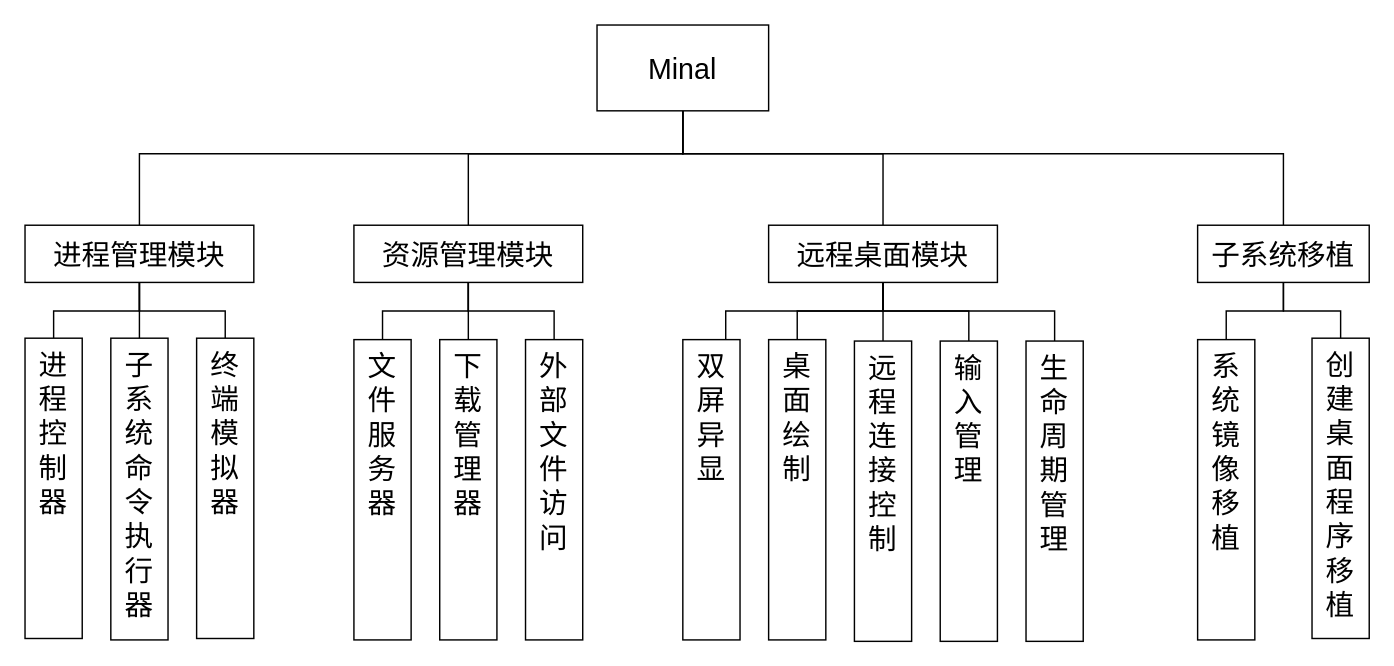
This is uml/Modules.drawio from TobiasYin/ansuld, a draw.io file, before an edit. Source tidied: cells renumbered, new cells numbered last; positions are measured from the earlier drawing's top-left corner, leaving out a move shared by most shapes. Both pictures are drawn from the tidied source at 143%, with x=0, y=0 at pixel (24, 24).
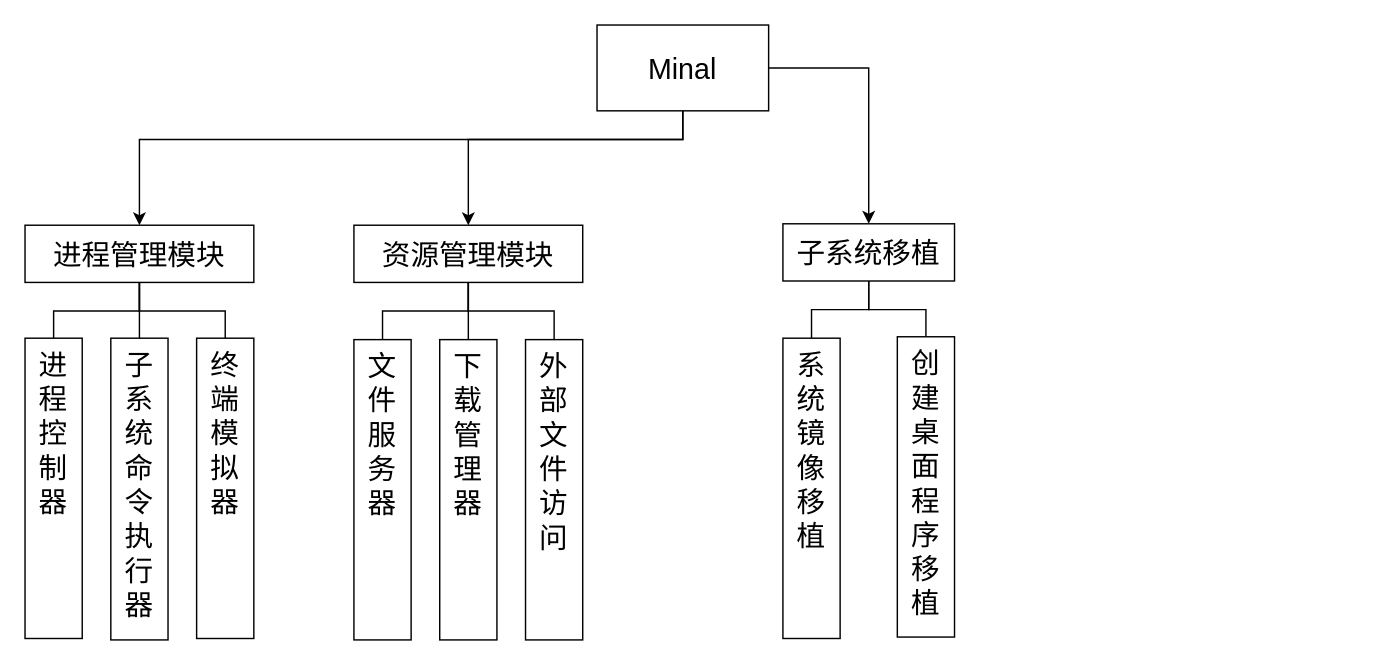
Above is the later version.

Unchanged cells that the change refers to:
```xml
<mxCell id="6" value="Minal" style="rounded=0;whiteSpace=wrap;html=1;fontSize=20;" parent="1" vertex="1">
  <mxGeometry x="400" width="120" height="60" as="geometry" />
</mxCell>
<mxCell id="10" value="进程管理模块" style="rounded=0;whiteSpace=wrap;html=1;fontSize=20;" parent="1" vertex="1">
  <mxGeometry y="140" width="160" height="40" as="geometry" />
</mxCell>
<mxCell id="14" value="资源管理模块" style="rounded=0;whiteSpace=wrap;html=1;fontSize=20;" parent="1" vertex="1">
  <mxGeometry x="230" y="140" width="160" height="40" as="geometry" />
</mxCell>
```

What changed in the source:
```diff
@@
-    <mxCell id="2" style="edgeStyle=orthogonalEdgeStyle;rounded=0;jettySize=auto;html=1;fontSize=20;endArrow=none;endFill=0;" parent="1" edge="1" source="6" target="10">
+    <mxCell id="2" style="edgeStyle=orthogonalEdgeStyle;rounded=0;jettySize=auto;html=1;" parent="1" edge="1" source="6" target="10">
       <mxGeometry relative="1" as="geometry">
         <Array as="points">
-          <mxPoint x="460" y="90" />
-          <mxPoint x="80" y="90" />
+          <mxPoint x="460" y="80" />
+          <mxPoint x="80" y="80" />
         </Array>
       </mxGeometry>
     </mxCell>
-    <mxCell id="3" style="edgeStyle=orthogonalEdgeStyle;rounded=0;jettySize=auto;html=1;endArrow=none;endFill=0;fontSize=20;" parent="1" edge="1" source="6" target="14">
+    <mxCell id="3" style="edgeStyle=orthogonalEdgeStyle;rounded=0;jettySize=auto;html=1;" parent="1" edge="1" source="6" target="14">
       <mxGeometry relative="1" as="geometry">
         <Array as="points">
-          <mxPoint x="460" y="90" />
-          <mxPoint x="310" y="90" />
+          <mxPoint x="460" y="80" />
+          <mxPoint x="310" y="80" />
         </Array>
       </mxGeometry>
     </mxCell>
-    <mxCell id="4" style="edgeStyle=orthogonalEdgeStyle;rounded=0;jettySize=auto;html=1;endArrow=none;endFill=0;fontSize=20;" parent="1" edge="1" source="6" target="20">
-      <mxGeometry relative="1" as="geometry">
-        <Array as="points">
-          <mxPoint x="460" y="90" />
-          <mxPoint x="600" y="90" />
-        </Array>
-      </mxGeometry>
-    </mxCell>
-    <mxCell id="5" style="edgeStyle=orthogonalEdgeStyle;rounded=0;jettySize=auto;html=1;endArrow=none;endFill=0;fontSize=20;" parent="1" edge="1" source="6" target="23">
-      <mxGeometry relative="1" as="geometry">
-        <Array as="points">
-          <mxPoint x="460" y="90" />
-          <mxPoint x="880" y="90" />
-        </Array>
-      </mxGeometry>
+    <mxCell id="5" style="edgeStyle=orthogonalEdgeStyle;rounded=0;jettySize=auto;html=1;" parent="1" edge="1" source="6" target="23">
+      <mxGeometry relative="1" as="geometry" />
     </mxCell>
@@
-    <mxCell id="15" style="edgeStyle=orthogonalEdgeStyle;rounded=0;jettySize=auto;html=1;endArrow=none;endFill=0;fontSize=20;" parent="1" edge="1" source="20" target="32">
-      <mxGeometry relative="1" as="geometry">
-        <Array as="points">
-          <mxPoint x="600" y="200" />
-          <mxPoint x="490" y="200" />
-        </Array>
-      </mxGeometry>
-    </mxCell>
-    <mxCell id="16" style="edgeStyle=orthogonalEdgeStyle;rounded=0;jettySize=auto;html=1;entryX=0.5;entryY=0;entryDx=0;entryDy=0;endArrow=none;endFill=0;fontSize=20;" parent="1" edge="1" source="20" target="31">
-      <mxGeometry relative="1" as="geometry" />
-    </mxCell>
-    <mxCell id="17" style="edgeStyle=orthogonalEdgeStyle;rounded=0;jettySize=auto;html=1;entryX=0.5;entryY=0;entryDx=0;entryDy=0;endArrow=none;endFill=0;fontSize=20;entryPerimeter=0;" parent="1" edge="1" source="20" target="30">
-      <mxGeometry relative="1" as="geometry" />
-    </mxCell>
-    <mxCell id="18" style="edgeStyle=orthogonalEdgeStyle;rounded=0;jettySize=auto;html=1;endArrow=none;endFill=0;fontSize=20;" parent="1" edge="1" source="20" target="34">
-      <mxGeometry relative="1" as="geometry">
-        <Array as="points">
-          <mxPoint x="600" y="200" />
-          <mxPoint x="660" y="200" />
-        </Array>
-      </mxGeometry>
-    </mxCell>
-    <mxCell id="19" style="edgeStyle=orthogonalEdgeStyle;rounded=0;jettySize=auto;html=1;entryX=0.5;entryY=0;entryDx=0;entryDy=0;endArrow=none;endFill=0;fontSize=20;" parent="1" edge="1" source="20" target="33">
-      <mxGeometry relative="1" as="geometry">
-        <Array as="points">
-          <mxPoint x="600" y="200" />
-          <mxPoint x="720" y="200" />
-        </Array>
-      </mxGeometry>
-    </mxCell>
-    <mxCell id="20" value="远程桌面模块" style="rounded=0;whiteSpace=wrap;html=1;fontSize=20;" parent="1" vertex="1">
-      <mxGeometry x="520" y="140" width="160" height="40" as="geometry" />
-    </mxCell>
@@
     <mxCell id="23" value="子系统移植" style="rounded=0;whiteSpace=wrap;html=1;fontSize=20;" parent="1" vertex="1">
-      <mxGeometry x="820" y="140" width="120" height="40" as="geometry" />
+      <mxGeometry x="530" y="139" width="120" height="40" as="geometry" />
     </mxCell>
@@
-    <mxCell id="30" value="远程&lt;br&gt;连接控制" style="rounded=0;whiteSpace=wrap;html=1;fontSize=20;verticalAlign=top;" parent="1" vertex="1">
-      <mxGeometry x="580" y="221" width="40" height="210" as="geometry" />
-    </mxCell>
-    <mxCell id="31" value="桌面绘制" style="rounded=0;whiteSpace=wrap;html=1;fontSize=20;verticalAlign=top;" parent="1" vertex="1">
-      <mxGeometry x="520" y="220" width="40" height="210" as="geometry" />
-    </mxCell>
-    <mxCell id="32" value="双屏异显" style="rounded=0;whiteSpace=wrap;html=1;fontSize=20;verticalAlign=top;" parent="1" vertex="1">
-      <mxGeometry x="460" y="220" width="40" height="210" as="geometry" />
-    </mxCell>
-    <mxCell id="33" value="生命周期管理" style="rounded=0;whiteSpace=wrap;html=1;fontSize=20;verticalAlign=top;" parent="1" vertex="1">
-      <mxGeometry x="700" y="221" width="40" height="210" as="geometry" />
-    </mxCell>
-    <mxCell id="34" value="输入管理" style="rounded=0;whiteSpace=wrap;html=1;fontSize=20;verticalAlign=top;" parent="1" vertex="1">
-      <mxGeometry x="640" y="221" width="40" height="210" as="geometry" />
-    </mxCell>
     <mxCell id="35" value="创建桌面程序移植" style="rounded=0;whiteSpace=wrap;html=1;fontSize=20;verticalAlign=top;" parent="1" vertex="1">
-      <mxGeometry x="900" y="219" width="40" height="210" as="geometry" />
+      <mxGeometry x="610" y="218" width="40" height="210" as="geometry" />
     </mxCell>
     <mxCell id="36" value="系统镜像移植" style="rounded=0;whiteSpace=wrap;html=1;fontSize=20;verticalAlign=top;" parent="1" vertex="1">
-      <mxGeometry x="820" y="220" width="40" height="210" as="geometry" />
+      <mxGeometry x="530" y="219" width="40" height="210" as="geometry" />
     </mxCell>
```
